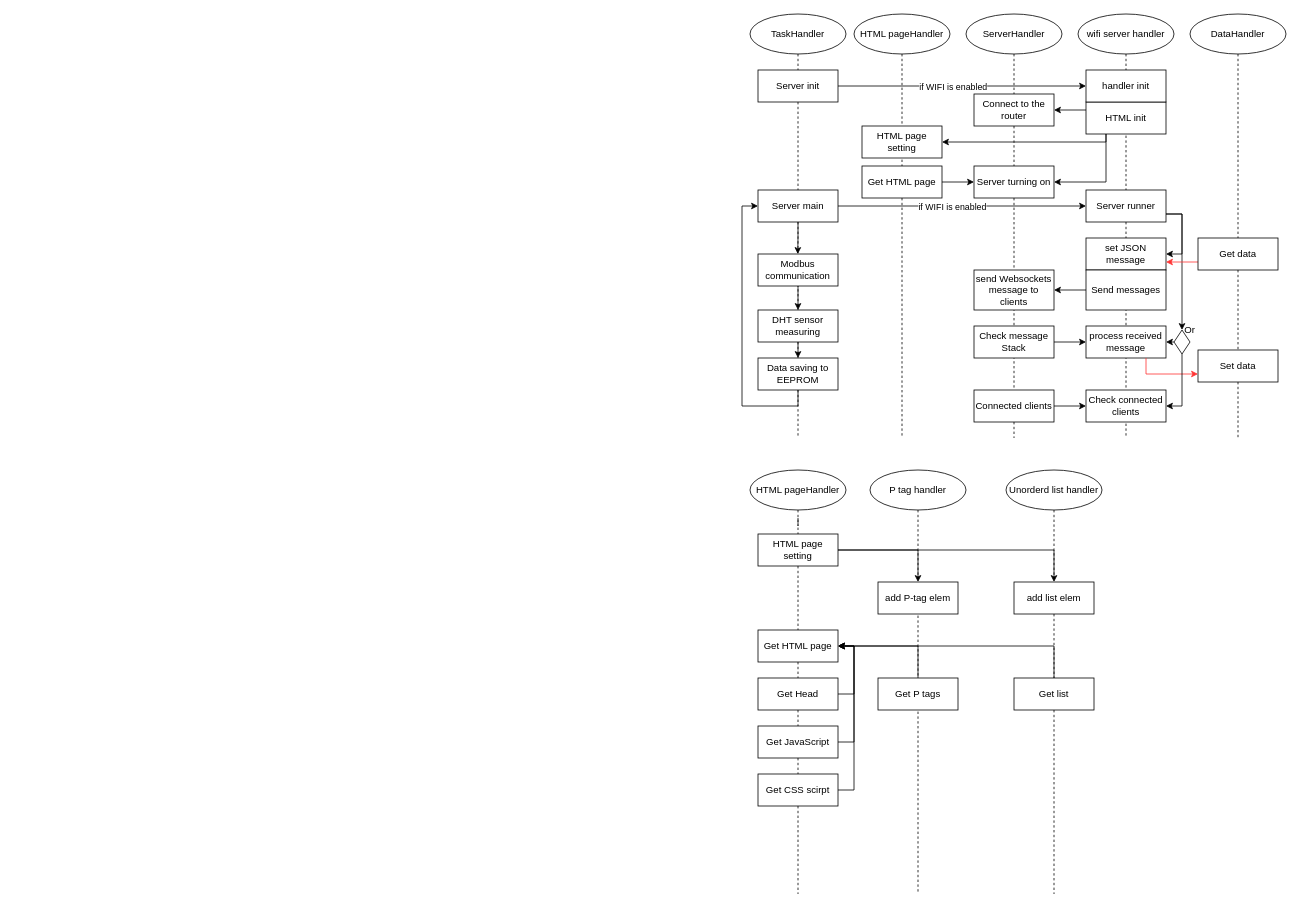
Earlier version of the draw.io diagram page "WifiServerHandlig" (13 of 13) of ESP devices buildup.drawio (LBroKerR/ESP32_Thermostats). Source tidied: cells renumbered, new cells numbered last; positions are measured from the earlier drawing's top-left corner, leaving out a move shared by most shapes. Both pictures are drawn from the tidied source at 80%, with x=0, y=0 at pixel (750, 14).
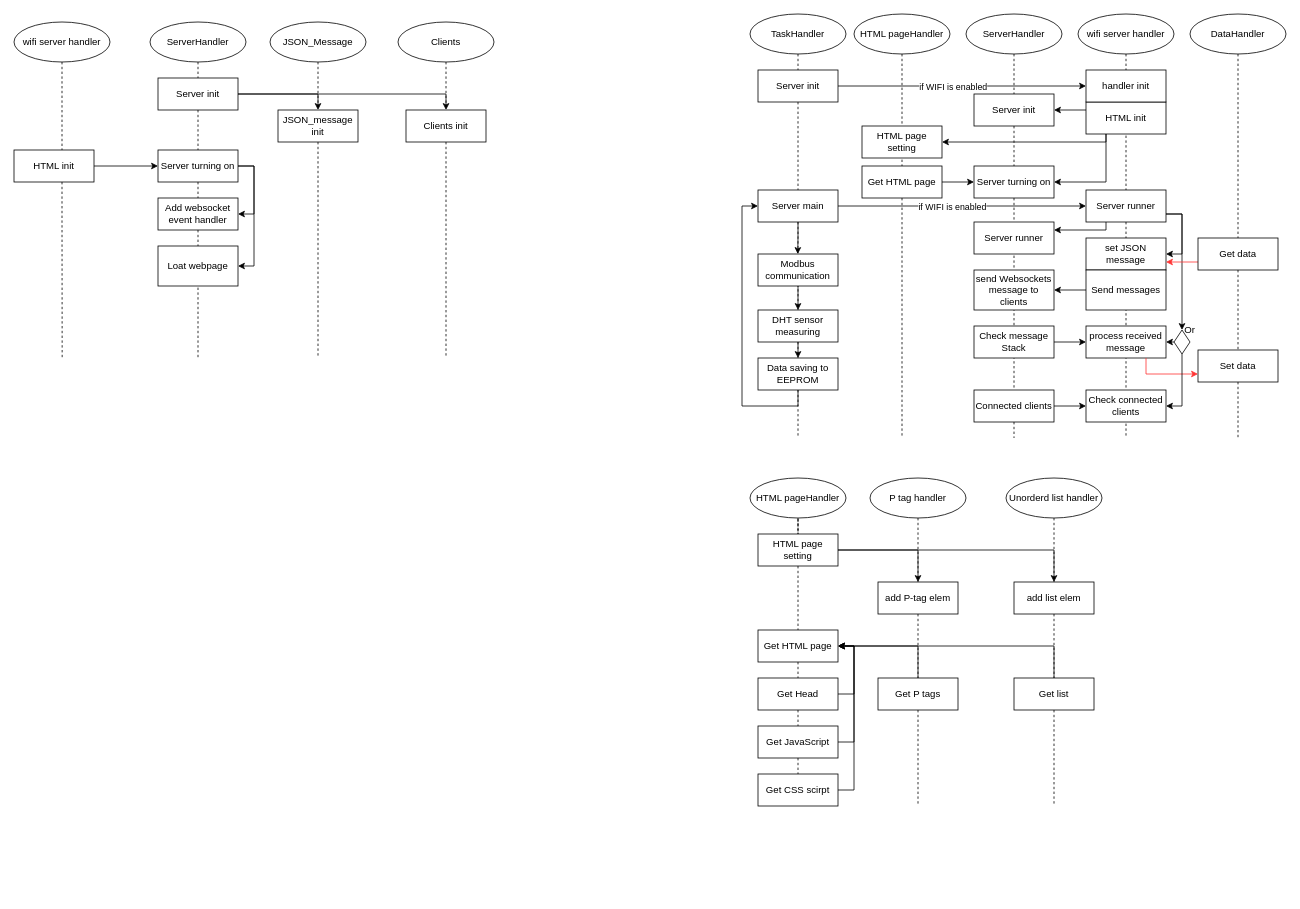
The same diagram, later.

Unchanged cells that the change refers to:
```xml
<mxCell id="24" value="Server runner" style="rounded=0;whiteSpace=wrap;html=1;" parent="1" vertex="1">
  <mxGeometry x="420" y="220" width="100" height="40" as="geometry" />
</mxCell>
<mxCell id="77" value="Get Head" style="rounded=0;whiteSpace=wrap;html=1;" parent="1" vertex="1">
  <mxGeometry x="10" y="830" width="100" height="40" as="geometry" />
</mxCell>
<mxCell id="83" value="Get list" style="rounded=0;whiteSpace=wrap;html=1;" parent="1" vertex="1">
  <mxGeometry x="330" y="830" width="100" height="40" as="geometry" />
</mxCell>
<mxCell id="87" value="Get CSS scirpt" style="rounded=0;whiteSpace=wrap;html=1;" parent="1" vertex="1">
  <mxGeometry x="10" y="950" width="100" height="40" as="geometry" />
</mxCell>
```

Change to the diagram source:
```diff
@@
+    <mxCell id="88" style="edgeStyle=orthogonalEdgeStyle;rounded=0;jettySize=auto;html=1;exitX=0.25;exitY=1;exitDx=0;exitDy=0;entryX=1;entryY=0.25;entryDx=0;entryDy=0;" parent="1" edge="1" source="24" target="105">
+      <mxGeometry relative="1" as="geometry">
+        <Array as="points">
+          <mxPoint x="445" y="270" />
+        </Array>
+      </mxGeometry>
+    </mxCell>
@@
-    <mxCell id="32" value="Connect to the router" style="rounded=0;whiteSpace=wrap;html=1;" parent="1" vertex="1">
+    <mxCell id="32" value="Server init" style="rounded=0;whiteSpace=wrap;html=1;" parent="1" vertex="1">
       <mxGeometry x="280" y="100" width="100" height="40" as="geometry" />
     </mxCell>
@@
-    <mxCell id="60" style="edgeStyle=orthogonalEdgeStyle;rounded=0;jettySize=auto;html=1;exitX=0.5;exitY=1;exitDx=0;exitDy=0;endArrow=none;endFill=0;dashed=1;" parent="1" edge="1" source="77">
-      <mxGeometry relative="1" as="geometry">
-        <mxPoint x="60" y="1100" as="targetPoint" />
-      </mxGeometry>
+    <mxCell id="60" style="edgeStyle=orthogonalEdgeStyle;rounded=0;jettySize=auto;html=1;exitX=0.5;exitY=1;exitDx=0;exitDy=0;endArrow=none;endFill=0;dashed=1;entryX=0.5;entryY=0;entryDx=0;entryDy=0;" parent="1" edge="1" source="77" target="87">
+      <mxGeometry relative="1" as="geometry" />
     </mxCell>
     <mxCell id="61" value="HTML pageHandler" style="ellipse;whiteSpace=wrap;html=1;" parent="1" vertex="1">
-      <mxGeometry y="570" width="120" height="50" as="geometry" />
+      <mxGeometry y="580" width="120" height="50" as="geometry" />
     </mxCell>
     <mxCell id="62" style="edgeStyle=orthogonalEdgeStyle;rounded=0;jettySize=auto;html=1;exitX=0.5;exitY=1;exitDx=0;exitDy=0;endArrow=none;endFill=0;dashed=1;" parent="1" edge="1" source="63">
       <mxGeometry relative="1" as="geometry">
-        <mxPoint x="210" y="1100" as="targetPoint" />
+        <mxPoint x="210" y="990" as="targetPoint" />
       </mxGeometry>
     </mxCell>
     <mxCell id="63" value="P tag handler" style="ellipse;whiteSpace=wrap;html=1;" parent="1" vertex="1">
-      <mxGeometry x="150" y="570" width="120" height="50" as="geometry" />
+      <mxGeometry x="150" y="580" width="120" height="50" as="geometry" />
     </mxCell>
     <mxCell id="64" style="edgeStyle=orthogonalEdgeStyle;rounded=0;jettySize=auto;html=1;exitX=0.5;exitY=1;exitDx=0;exitDy=0;endArrow=none;endFill=0;dashed=1;" parent="1" edge="1" source="83">
       <mxGeometry relative="1" as="geometry">
-        <mxPoint x="380" y="1100" as="targetPoint" />
+        <mxPoint x="380" y="990" as="targetPoint" />
       </mxGeometry>
     </mxCell>
     <mxCell id="65" value="Unorderd list handler" style="ellipse;whiteSpace=wrap;html=1;" parent="1" vertex="1">
-      <mxGeometry x="320" y="570" width="120" height="50" as="geometry" />
+      <mxGeometry x="320" y="580" width="120" height="50" as="geometry" />
     </mxCell>
@@
+    <mxCell id="89" value="ServerHandler" style="ellipse;whiteSpace=wrap;html=1;" parent="1" vertex="1">
+      <mxGeometry x="-750" y="10" width="120" height="50" as="geometry" />
+    </mxCell>
+    <mxCell id="90" style="edgeStyle=orthogonalEdgeStyle;rounded=0;jettySize=auto;html=1;exitX=0.5;exitY=1;exitDx=0;exitDy=0;endArrow=none;endFill=0;dashed=1;" parent="1" edge="1" source="89">
+      <mxGeometry relative="1" as="geometry">
+        <mxPoint x="-690" y="430" as="targetPoint" />
+      </mxGeometry>
+    </mxCell>
+    <mxCell id="91" value="JSON_Message" style="ellipse;whiteSpace=wrap;html=1;" parent="1" vertex="1">
+      <mxGeometry x="-600" y="10" width="120" height="50" as="geometry" />
+    </mxCell>
+    <mxCell id="92" style="edgeStyle=orthogonalEdgeStyle;rounded=0;jettySize=auto;html=1;exitX=0.5;exitY=1;exitDx=0;exitDy=0;endArrow=none;endFill=0;dashed=1;" parent="1" edge="1" source="99">
+      <mxGeometry relative="1" as="geometry">
+        <mxPoint x="-540" y="430" as="targetPoint" />
+      </mxGeometry>
+    </mxCell>
+    <mxCell id="93" value="Clients" style="ellipse;whiteSpace=wrap;html=1;" parent="1" vertex="1">
+      <mxGeometry x="-440" y="10" width="120" height="50" as="geometry" />
+    </mxCell>
+    <mxCell id="94" style="edgeStyle=orthogonalEdgeStyle;rounded=0;jettySize=auto;html=1;exitX=0.5;exitY=1;exitDx=0;exitDy=0;endArrow=none;endFill=0;dashed=1;" parent="1" edge="1" source="101">
+      <mxGeometry relative="1" as="geometry">
+        <mxPoint x="-380" y="430" as="targetPoint" />
+      </mxGeometry>
+    </mxCell>
+    <mxCell id="95" style="edgeStyle=orthogonalEdgeStyle;rounded=0;jettySize=auto;html=1;exitX=1;exitY=0.5;exitDx=0;exitDy=0;entryX=0.5;entryY=0;entryDx=0;entryDy=0;" parent="1" edge="1" source="97" target="99">
+      <mxGeometry relative="1" as="geometry" />
+    </mxCell>
+    <mxCell id="96" style="edgeStyle=orthogonalEdgeStyle;rounded=0;jettySize=auto;html=1;exitX=1;exitY=0.5;exitDx=0;exitDy=0;entryX=0.5;entryY=0;entryDx=0;entryDy=0;" parent="1" edge="1" source="97" target="101">
+      <mxGeometry relative="1" as="geometry" />
+    </mxCell>
+    <mxCell id="97" value="Server init" style="rounded=0;whiteSpace=wrap;html=1;" parent="1" vertex="1">
+      <mxGeometry x="-740" y="80" width="100" height="40" as="geometry" />
+    </mxCell>
+    <mxCell id="98" style="edgeStyle=orthogonalEdgeStyle;rounded=0;jettySize=auto;html=1;exitX=0.5;exitY=1;exitDx=0;exitDy=0;endArrow=none;endFill=0;dashed=1;" parent="1" edge="1" source="91" target="99">
+      <mxGeometry relative="1" as="geometry" />
+    </mxCell>
+    <mxCell id="99" value="JSON_message init" style="rounded=0;whiteSpace=wrap;html=1;" parent="1" vertex="1">
+      <mxGeometry x="-590" y="120" width="100" height="40" as="geometry" />
+    </mxCell>
+    <mxCell id="100" style="edgeStyle=orthogonalEdgeStyle;rounded=0;jettySize=auto;html=1;exitX=0.5;exitY=1;exitDx=0;exitDy=0;endArrow=none;endFill=0;dashed=1;" parent="1" edge="1" source="93" target="101">
+      <mxGeometry relative="1" as="geometry" />
+    </mxCell>
+    <mxCell id="101" value="Clients init" style="rounded=0;whiteSpace=wrap;html=1;" parent="1" vertex="1">
+      <mxGeometry x="-430" y="120" width="100" height="40" as="geometry" />
+    </mxCell>
+    <mxCell id="102" style="edgeStyle=orthogonalEdgeStyle;rounded=0;jettySize=auto;html=1;exitX=1;exitY=0.5;exitDx=0;exitDy=0;entryX=1;entryY=0.5;entryDx=0;entryDy=0;" parent="1" edge="1" source="104" target="111">
+      <mxGeometry relative="1" as="geometry" />
+    </mxCell>
+    <mxCell id="103" style="edgeStyle=orthogonalEdgeStyle;rounded=0;jettySize=auto;html=1;exitX=1;exitY=0.5;exitDx=0;exitDy=0;entryX=1;entryY=0.5;entryDx=0;entryDy=0;" parent="1" edge="1" source="104" target="110">
+      <mxGeometry relative="1" as="geometry" />
+    </mxCell>
+    <mxCell id="104" value="Server turning on" style="rounded=0;whiteSpace=wrap;html=1;" parent="1" vertex="1">
+      <mxGeometry x="-740" y="170" width="100" height="40" as="geometry" />
+    </mxCell>
+    <mxCell id="105" value="Server runner" style="rounded=0;whiteSpace=wrap;html=1;" parent="1" vertex="1">
+      <mxGeometry x="280" y="260" width="100" height="40" as="geometry" />
+    </mxCell>
+    <mxCell id="106" style="edgeStyle=orthogonalEdgeStyle;rounded=0;jettySize=auto;html=1;exitX=0.5;exitY=1;exitDx=0;exitDy=0;endArrow=none;endFill=0;dashed=1;" parent="1" edge="1" source="107">
+      <mxGeometry relative="1" as="geometry">
+        <mxPoint x="-859.8" y="430" as="targetPoint" />
+      </mxGeometry>
+    </mxCell>
+    <mxCell id="107" value="wifi server handler" style="ellipse;whiteSpace=wrap;html=1;" parent="1" vertex="1">
+      <mxGeometry x="-920" y="10" width="120" height="50" as="geometry" />
+    </mxCell>
+    <mxCell id="108" style="edgeStyle=orthogonalEdgeStyle;rounded=0;jettySize=auto;html=1;exitX=1;exitY=0.5;exitDx=0;exitDy=0;entryX=0;entryY=0.5;entryDx=0;entryDy=0;" parent="1" edge="1" source="109" target="104">
+      <mxGeometry relative="1" as="geometry" />
+    </mxCell>
+    <mxCell id="109" value="HTML init" style="rounded=0;whiteSpace=wrap;html=1;" parent="1" vertex="1">
+      <mxGeometry x="-920" y="170" width="100" height="40" as="geometry" />
+    </mxCell>
+    <mxCell id="110" value="Add websocket event handler" style="rounded=0;whiteSpace=wrap;html=1;" parent="1" vertex="1">
+      <mxGeometry x="-740" y="230" width="100" height="40" as="geometry" />
+    </mxCell>
+    <mxCell id="111" value="Loat webpage" style="rounded=0;whiteSpace=wrap;html=1;" parent="1" vertex="1">
+      <mxGeometry x="-740" y="290" width="100" height="50" as="geometry" />
+    </mxCell>
```
